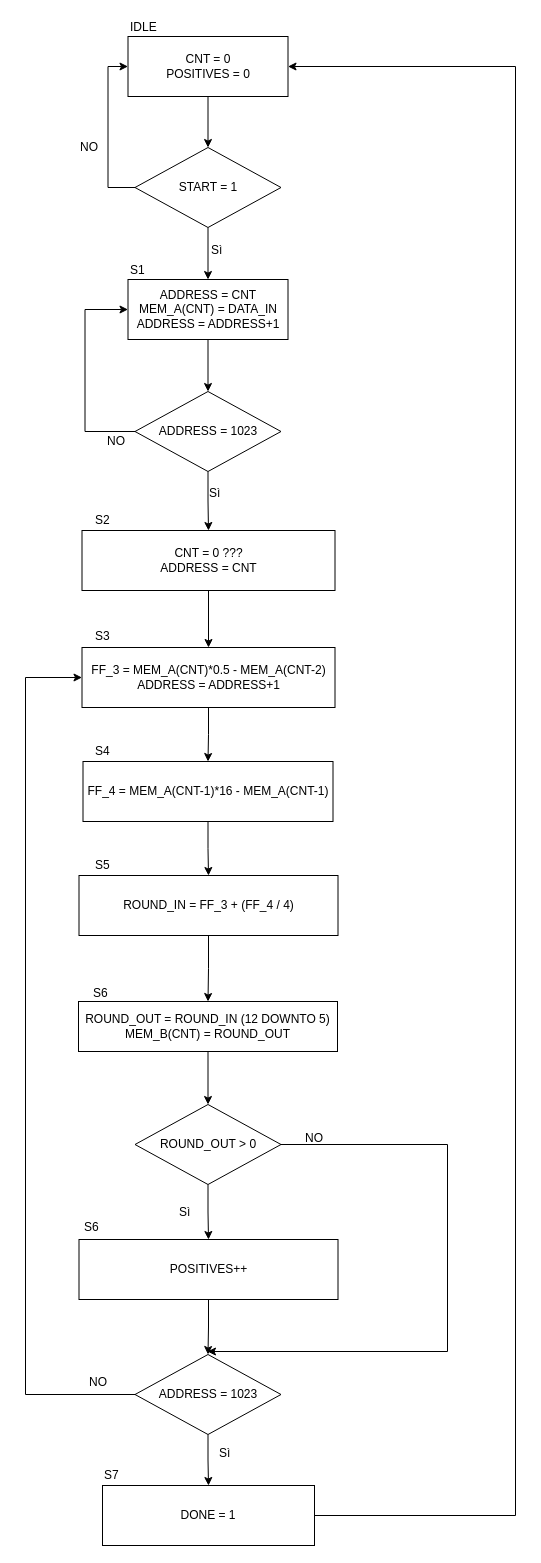
Above: lab6/Algorithm ASM.drawio in leobel96/Polito-ESD-NeuralNetwork (draw.io), before the change. Source tidied: cells renumbered, new cells numbered last; positions are measured from the earlier drawing's top-left corner, leaving out a move shared by most shapes. Both pictures are drawn from the tidied source at 100%, with x=0, y=0 at pixel (25, 17).
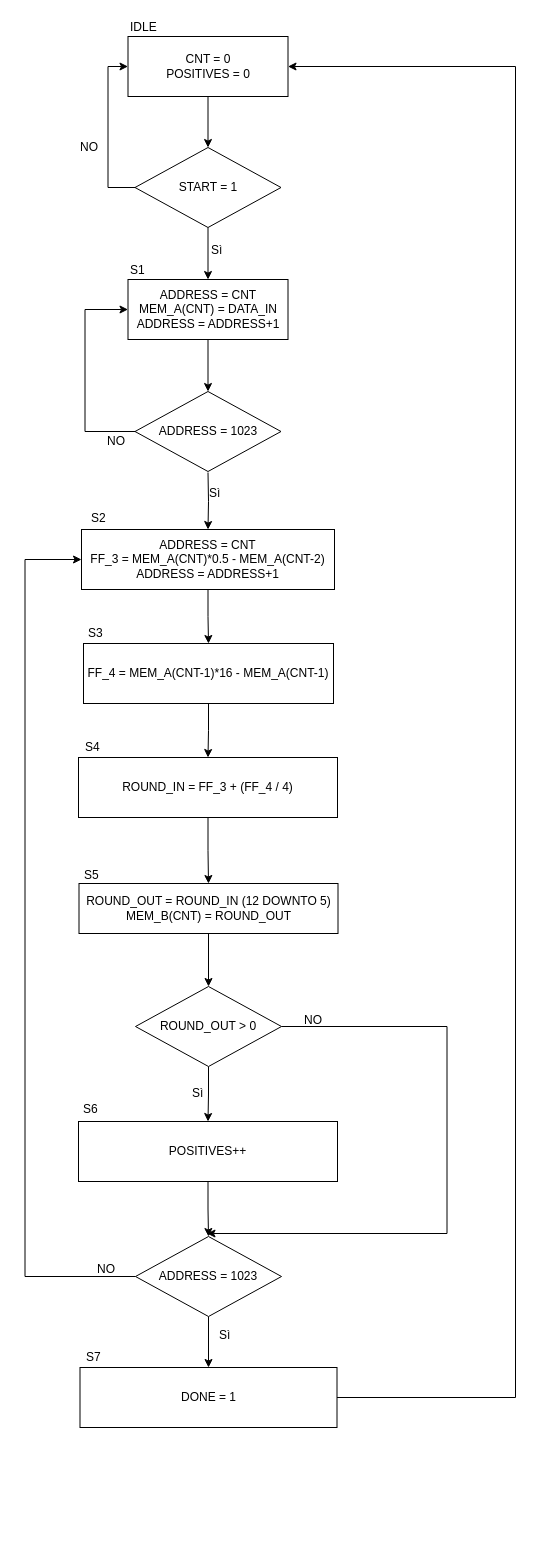
After the change.

Unchanged cells that the change refers to:
```xml
<mxCell id="3" value="&lt;div&gt;CNT = 0&lt;/div&gt;&lt;div&gt;POSITIVES = 0&lt;br&gt;&lt;/div&gt;" style="rounded=0;whiteSpace=wrap;html=1;" parent="1" vertex="1">
  <mxGeometry x="102.5" y="19" width="160" height="60" as="geometry" />
</mxCell>
<mxCell id="10" value="ADDRESS = 1023" style="rhombus;whiteSpace=wrap;html=1;" parent="1" vertex="1">
  <mxGeometry x="109.5" y="374" width="146" height="80" as="geometry" />
</mxCell>
```

The edit, as a diff of the source:
```diff
@@
-    <mxCell id="9" style="edgeStyle=orthogonalEdgeStyle;rounded=0;jettySize=auto;html=1;exitX=0.5;exitY=1;exitDx=0;exitDy=0;entryX=0.5;entryY=0;entryDx=0;entryDy=0;" parent="1" edge="1" source="10" target="23">
-      <mxGeometry relative="1" as="geometry" />
-    </mxCell>
@@
-    <mxCell id="13" value="&lt;div&gt;&lt;div&gt;FF_3 = MEM_A(CNT)*0.5 - MEM_A(CNT-2)&lt;br&gt;&lt;/div&gt;ADDRESS = ADDRESS+1&lt;/div&gt;" style="rounded=0;whiteSpace=wrap;html=1;" parent="1" vertex="1">
-      <mxGeometry x="56.5" y="630" width="253" height="60" as="geometry" />
+    <mxCell id="13" value="&lt;div&gt;ADDRESS = CNT&lt;br&gt;&lt;/div&gt;&lt;div&gt;&lt;div&gt;FF_3 = MEM_A(CNT)*0.5 - MEM_A(CNT-2)&lt;br&gt;&lt;/div&gt;ADDRESS = ADDRESS+1&lt;/div&gt;" style="rounded=0;whiteSpace=wrap;html=1;" parent="1" vertex="1">
+      <mxGeometry x="56" y="512" width="253" height="60" as="geometry" />
     </mxCell>
@@
     <mxCell id="15" value="FF_4 = MEM_A(CNT-1)*16 - MEM_A(CNT-1)" style="rounded=0;whiteSpace=wrap;html=1;" parent="1" vertex="1">
-      <mxGeometry x="57.5" y="744" width="250" height="60" as="geometry" />
+      <mxGeometry x="58" y="626" width="250" height="60" as="geometry" />
     </mxCell>
@@
     <mxCell id="17" value="&lt;div&gt;ROUND_IN = FF_3 + (FF_4 / 4)&lt;/div&gt;" style="rounded=0;whiteSpace=wrap;html=1;" parent="1" vertex="1">
-      <mxGeometry x="53.5" y="858" width="259" height="60" as="geometry" />
+      <mxGeometry x="53" y="740" width="259" height="60" as="geometry" />
     </mxCell>
@@
     <mxCell id="19" style="edgeStyle=orthogonalEdgeStyle;rounded=0;jettySize=auto;html=1;exitX=0;exitY=0.5;exitDx=0;exitDy=0;entryX=0;entryY=0.5;entryDx=0;entryDy=0;" parent="1" edge="1" source="21" target="13">
       <mxGeometry relative="1" as="geometry">
         <Array as="points">
-          <mxPoint y="1377" />
-          <mxPoint y="660" />
+          <mxPoint x="-0.5" y="1259" />
+          <mxPoint x="-0.5" y="542" />
         </Array>
       </mxGeometry>
     </mxCell>
@@
     <mxCell id="21" value="ADDRESS = 1023" style="rhombus;whiteSpace=wrap;html=1;" parent="1" vertex="1">
-      <mxGeometry x="109.5" y="1337" width="146" height="80" as="geometry" />
+      <mxGeometry x="110" y="1219" width="146" height="80" as="geometry" />
     </mxCell>
-    <mxCell id="22" style="edgeStyle=orthogonalEdgeStyle;rounded=0;jettySize=auto;html=1;exitX=0.5;exitY=1;exitDx=0;exitDy=0;entryX=0.5;entryY=0;entryDx=0;entryDy=0;" parent="1" edge="1" source="23" target="13">
-      <mxGeometry relative="1" as="geometry" />
+    <mxCell id="22" style="edgeStyle=orthogonalEdgeStyle;rounded=0;jettySize=auto;html=1;exitX=0.5;exitY=1;exitDx=0;exitDy=0;entryX=0.5;entryY=0;entryDx=0;entryDy=0;" parent="1" edge="1" target="13">
+      <mxGeometry relative="1" as="geometry">
+        <mxPoint x="182.5" y="455" as="sourcePoint" />
+      </mxGeometry>
     </mxCell>
-    <mxCell id="23" value="&lt;div&gt;CNT = 0 ???&lt;br&gt;&lt;/div&gt;&lt;div&gt;ADDRESS = CNT&lt;br&gt;&lt;/div&gt;" style="rounded=0;whiteSpace=wrap;html=1;" parent="1" vertex="1">
-      <mxGeometry x="56.5" y="513" width="253" height="60" as="geometry" />
-    </mxCell>
     <mxCell id="24" value="NO" style="text;html=1;align=left;verticalAlign=top;spacingTop=-4;" parent="1" vertex="1">
-      <mxGeometry x="62" y="1355" width="30" height="20" as="geometry" />
+      <mxGeometry x="69.5" y="1242" width="30" height="20" as="geometry" />
     </mxCell>
     <mxCell id="25" value="Sì" style="text;html=1;align=left;verticalAlign=top;spacingTop=-4;" parent="1" vertex="1">
-      <mxGeometry x="192" y="1426" width="30" height="20" as="geometry" />
+      <mxGeometry x="191.5" y="1308" width="30" height="20" as="geometry" />
     </mxCell>
     <mxCell id="26" style="edgeStyle=orthogonalEdgeStyle;rounded=0;jettySize=auto;html=1;exitX=1;exitY=0.5;exitDx=0;exitDy=0;entryX=1;entryY=0.5;entryDx=0;entryDy=0;" parent="1" edge="1" source="27" target="3">
       <mxGeometry relative="1" as="geometry">
         <Array as="points">
-          <mxPoint x="490" y="1498" />
+          <mxPoint x="490" y="1380" />
           <mxPoint x="490" y="49" />
         </Array>
       </mxGeometry>
     </mxCell>
     <mxCell id="27" value="DONE = 1" style="rounded=0;whiteSpace=wrap;html=1;" parent="1" vertex="1">
-      <mxGeometry x="77" y="1468" width="212" height="60" as="geometry" />
+      <mxGeometry x="54.5" y="1350" width="257" height="60" as="geometry" />
     </mxCell>
@@
-    <mxCell id="33" value="S2" style="text;html=1;align=left;verticalAlign=top;spacingTop=-4;" parent="1" vertex="1">
-      <mxGeometry x="67.5" y="493" width="30" height="20" as="geometry" />
-    </mxCell>
-    <mxCell id="34" value="S3" style="text;html=1;align=left;verticalAlign=top;spacingTop=-4;" parent="1" vertex="1">
-      <mxGeometry x="67.5" y="609" width="30" height="20" as="geometry" />
+    <mxCell id="34" value="S2" style="text;html=1;align=left;verticalAlign=top;spacingTop=-4;" parent="1" vertex="1">
+      <mxGeometry x="64" y="491" width="30" height="20" as="geometry" />
     </mxCell>
-    <mxCell id="35" value="S4" style="text;html=1;align=left;verticalAlign=top;spacingTop=-4;" parent="1" vertex="1">
-      <mxGeometry x="67.5" y="724" width="30" height="20" as="geometry" />
+    <mxCell id="35" value="S3" style="text;html=1;align=left;verticalAlign=top;spacingTop=-4;" parent="1" vertex="1">
+      <mxGeometry x="61" y="606" width="30" height="20" as="geometry" />
     </mxCell>
-    <mxCell id="36" value="S5" style="text;html=1;align=left;verticalAlign=top;spacingTop=-4;" parent="1" vertex="1">
-      <mxGeometry x="67.5" y="838" width="30" height="20" as="geometry" />
+    <mxCell id="36" value="S4" style="text;html=1;align=left;verticalAlign=top;spacingTop=-4;" parent="1" vertex="1">
+      <mxGeometry x="58" y="720" width="30" height="20" as="geometry" />
     </mxCell>
@@
     <mxCell id="38" style="edgeStyle=orthogonalEdgeStyle;rounded=0;jettySize=auto;html=1;exitX=1;exitY=0.5;exitDx=0;exitDy=0;" parent="1" edge="1" source="39">
       <mxGeometry relative="1" as="geometry">
-        <mxPoint x="182" y="1334" as="targetPoint" />
+        <mxPoint x="181.5" y="1216" as="targetPoint" />
         <Array as="points">
-          <mxPoint x="422" y="1127" />
-          <mxPoint x="422" y="1334" />
+          <mxPoint x="421.5" y="1009" />
+          <mxPoint x="421.5" y="1216" />
         </Array>
       </mxGeometry>
     </mxCell>
     <mxCell id="39" value="ROUND_OUT &amp;gt; 0" style="rhombus;whiteSpace=wrap;html=1;" parent="1" vertex="1">
-      <mxGeometry x="109.5" y="1087" width="146" height="80" as="geometry" />
+      <mxGeometry x="110" y="969" width="146" height="80" as="geometry" />
     </mxCell>
@@
     <mxCell id="41" value="POSITIVES++" style="rounded=0;whiteSpace=wrap;html=1;" parent="1" vertex="1">
-      <mxGeometry x="53.5" y="1222" width="259" height="60" as="geometry" />
+      <mxGeometry x="53" y="1104" width="259" height="60" as="geometry" />
     </mxCell>
     <mxCell id="42" value="Sì" style="text;html=1;align=left;verticalAlign=top;spacingTop=-4;" parent="1" vertex="1">
-      <mxGeometry x="152" y="1184.5" width="30" height="20" as="geometry" />
+      <mxGeometry x="164.5" y="1065.5" width="30" height="20" as="geometry" />
     </mxCell>
     <mxCell id="43" value="NO" style="text;html=1;align=left;verticalAlign=top;spacingTop=-4;" parent="1" vertex="1">
-      <mxGeometry x="277.5" y="1111" width="30" height="20" as="geometry" />
+      <mxGeometry x="277" y="993" width="30" height="20" as="geometry" />
     </mxCell>
     <mxCell id="44" value="S6" style="text;html=1;align=left;verticalAlign=top;spacingTop=-4;" parent="1" vertex="1">
-      <mxGeometry x="56.5" y="1199.5" width="30" height="20" as="geometry" />
+      <mxGeometry x="56" y="1081.5" width="30" height="20" as="geometry" />
     </mxCell>
     <mxCell id="45" value="S7" style="text;html=1;align=left;verticalAlign=top;spacingTop=-4;" parent="1" vertex="1">
-      <mxGeometry x="77" y="1448" width="30" height="20" as="geometry" />
+      <mxGeometry x="58.5" y="1330" width="30" height="20" as="geometry" />
     </mxCell>
@@
     <mxCell id="47" value="&lt;div&gt;ROUND_OUT = ROUND_IN (12 DOWNTO 5)&lt;/div&gt;&lt;div&gt;&lt;span&gt;MEM_B(CNT) = ROUND_OUT&lt;/span&gt;&lt;/div&gt;" style="rounded=0;whiteSpace=wrap;html=1;" parent="1" vertex="1">
-      <mxGeometry x="53" y="984" width="259" height="50" as="geometry" />
+      <mxGeometry x="53.5" y="866" width="259" height="50" as="geometry" />
     </mxCell>
-    <mxCell id="48" value="S6&lt;br&gt;&lt;br&gt;" style="text;html=1;align=left;verticalAlign=top;spacingTop=-4;" parent="1" vertex="1">
-      <mxGeometry x="65.5" y="966" width="30" height="30" as="geometry" />
+    <mxCell id="48" value="S5&lt;br&gt;" style="text;html=1;align=left;verticalAlign=top;spacingTop=-4;" parent="1" vertex="1">
+      <mxGeometry x="57" y="848" width="30" height="20" as="geometry" />
     </mxCell>
```
